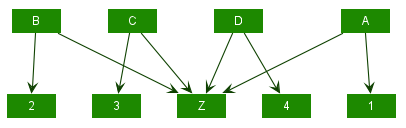
The PlantUML diagram docs/images/plantuml/AllDown.png in se-edu/addressbook-level4, before a commit.
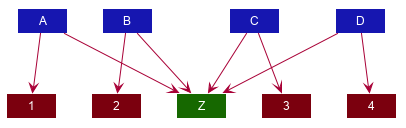
After the commit.

Change to the diagram source:
```diff
@@ -44,11 +44,18 @@
 hide footbox
 hide members
 hide circle
-skinparam arrowThickness 1.1
-skinparam arrowColor #0E4100
-skinparam classBackgroundColor #1D8900
 
-Class A
+Class A #1616B0
+Class B #1616B0
+Class C #1616B0
+Class D #1616B0
+
+Class 1 #7B000E
+Class 2 #7B000E
+Class 3 #7B000E
+Class 4 #7B000E
+
+Class Z #166800
 
 A --> Z
 B --> Z
@@ -59,6 +66,4 @@
 B --> 2
 C --> 3
 D --> 4
-
-
 @enduml
```
